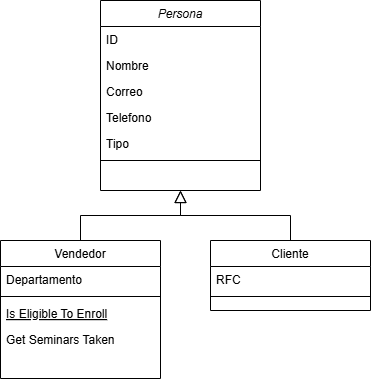
This is CursoInfotec_TiendaDepartamental.drawio.png from rodur79/varios, a draw.io export, as it was before one commit. Source tidied: cells renumbered, new cells last; positions are measured from the earlier drawing's top-left corner, leaving out a move shared by most shapes.
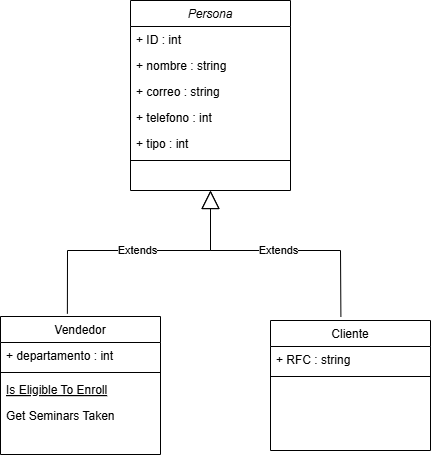
The same diagram one commit later.

What changed in the source:
```diff
@@ -5,28 +5,28 @@
     <mxCell id="2" value="Persona" style="swimlane;fontStyle=2;align=center;verticalAlign=top;horizontal=1;startSize=26;rounded=0;shadow=0;strokeWidth=1;" parent="1" vertex="1">
       <mxGeometry x="100" width="160" height="190" as="geometry" />
     </mxCell>
-    <mxCell id="3" value="ID" style="text;align=left;verticalAlign=top;spacingLeft=4;spacingRight=4;overflow=hidden;" parent="2" vertex="1">
+    <mxCell id="3" value="+ ID : int" style="text;align=left;verticalAlign=top;spacingLeft=4;spacingRight=4;overflow=hidden;" parent="2" vertex="1">
       <mxGeometry y="26" width="160" height="26" as="geometry" />
     </mxCell>
-    <mxCell id="4" value="Nombre" style="text;align=left;verticalAlign=top;spacingLeft=4;spacingRight=4;overflow=hidden;" parent="2" vertex="1">
+    <mxCell id="4" value="+ nombre : string" style="text;align=left;verticalAlign=top;spacingLeft=4;spacingRight=4;overflow=hidden;" parent="2" vertex="1">
       <mxGeometry y="52" width="160" height="26" as="geometry" />
     </mxCell>
-    <mxCell id="5" value="Correo" style="text;align=left;verticalAlign=top;spacingLeft=4;spacingRight=4;overflow=hidden;rounded=0;shadow=0;html=0;" parent="2" vertex="1">
+    <mxCell id="5" value="+ correo : string" style="text;align=left;verticalAlign=top;spacingLeft=4;spacingRight=4;overflow=hidden;rounded=0;shadow=0;html=0;" parent="2" vertex="1">
       <mxGeometry y="78" width="160" height="26" as="geometry" />
     </mxCell>
-    <mxCell id="6" value="Telefono" style="text;align=left;verticalAlign=top;spacingLeft=4;spacingRight=4;overflow=hidden;rounded=0;shadow=0;html=0;" parent="2" vertex="1">
+    <mxCell id="6" value="+ telefono : int" style="text;align=left;verticalAlign=top;spacingLeft=4;spacingRight=4;overflow=hidden;rounded=0;shadow=0;html=0;" parent="2" vertex="1">
       <mxGeometry y="104" width="160" height="26" as="geometry" />
     </mxCell>
-    <mxCell id="7" value="Tipo" style="text;align=left;verticalAlign=top;spacingLeft=4;spacingRight=4;overflow=hidden;rounded=0;shadow=0;html=0;" parent="2" vertex="1">
+    <mxCell id="7" value="+ tipo : int" style="text;align=left;verticalAlign=top;spacingLeft=4;spacingRight=4;overflow=hidden;rounded=0;shadow=0;html=0;" parent="2" vertex="1">
       <mxGeometry y="130" width="160" height="26" as="geometry" />
     </mxCell>
     <mxCell id="8" style="line;html=1;strokeWidth=1;align=left;verticalAlign=middle;spacingTop=-1;spacingLeft=3;spacingRight=3;labelPosition=right;" parent="2" vertex="1">
       <mxGeometry y="156" width="160" height="8" as="geometry" />
     </mxCell>
     <mxCell id="9" value="Vendedor" style="swimlane;fontStyle=0;align=center;verticalAlign=top;horizontal=1;startSize=26;rounded=0;shadow=0;strokeWidth=1;" parent="1" vertex="1">
-      <mxGeometry y="240" width="160" height="138" as="geometry" />
+      <mxGeometry x="-30" y="316" width="160" height="138" as="geometry" />
     </mxCell>
-    <mxCell id="10" value="Departamento" style="text;align=left;verticalAlign=top;spacingLeft=4;spacingRight=4;overflow=hidden;" parent="9" vertex="1">
+    <mxCell id="10" value="+ departamento : int" style="text;align=left;verticalAlign=top;spacingLeft=4;spacingRight=4;overflow=hidden;" parent="9" vertex="1">
       <mxGeometry y="26" width="160" height="26" as="geometry" />
     </mxCell>
     <mxCell id="11" style="line;html=1;strokeWidth=1;align=left;verticalAlign=middle;spacingTop=-1;spacingLeft=3;spacingRight=3;labelPosition=right;" parent="9" vertex="1">
@@ -38,20 +38,30 @@
     <mxCell id="13" value="Get Seminars Taken" style="text;align=left;verticalAlign=top;spacingLeft=4;spacingRight=4;overflow=hidden;" parent="9" vertex="1">
       <mxGeometry y="86" width="160" height="26" as="geometry" />
     </mxCell>
-    <mxCell id="14" style="endArrow=block;endSize=10;endFill=0;shadow=0;strokeWidth=1;rounded=0;curved=0;edgeStyle=elbowEdgeStyle;elbow=vertical;" parent="1" edge="1" source="9" target="2">
-      <mxGeometry relative="1" as="geometry" />
-    </mxCell>
     <mxCell id="15" value="Cliente" style="swimlane;fontStyle=0;align=center;verticalAlign=top;horizontal=1;startSize=26;rounded=0;shadow=0;strokeWidth=1;" parent="1" vertex="1">
-      <mxGeometry x="210" y="240" width="160" height="70" as="geometry" />
+      <mxGeometry x="240" y="320" width="160" height="130" as="geometry" />
     </mxCell>
-    <mxCell id="16" value="RFC" style="text;align=left;verticalAlign=top;spacingLeft=4;spacingRight=4;overflow=hidden;" parent="15" vertex="1">
+    <mxCell id="16" value="+ RFC : string" style="text;align=left;verticalAlign=top;spacingLeft=4;spacingRight=4;overflow=hidden;" parent="15" vertex="1">
       <mxGeometry y="26" width="160" height="26" as="geometry" />
     </mxCell>
     <mxCell id="17" style="line;html=1;strokeWidth=1;align=left;verticalAlign=middle;spacingTop=-1;spacingLeft=3;spacingRight=3;labelPosition=right;" parent="15" vertex="1">
       <mxGeometry y="52" width="160" height="8" as="geometry" />
     </mxCell>
-    <mxCell id="18" style="endArrow=block;endSize=10;endFill=0;shadow=0;strokeWidth=1;rounded=0;curved=0;edgeStyle=elbowEdgeStyle;elbow=vertical;" parent="1" edge="1" source="15" target="2">
-      <mxGeometry relative="1" as="geometry" />
+    <mxCell id="18" value="Extends" style="endArrow=block;endSize=16;endFill=0;html=1;rounded=0;exitX=0.44;exitY=-0.029;exitDx=0;exitDy=0;exitPerimeter=0;entryX=0.5;entryY=1;entryDx=0;entryDy=0;" parent="1" edge="1" source="15" target="2">
+      <mxGeometry relative="1" as="geometry">
+        <Array as="points">
+          <mxPoint x="310" y="250" />
+          <mxPoint x="180" y="250" />
+        </Array>
+      </mxGeometry>
     </mxCell>
+    <mxCell id="14" value="Extends" style="endArrow=block;endSize=16;endFill=0;html=1;rounded=0;exitX=0.418;exitY=-0.02;exitDx=0;exitDy=0;exitPerimeter=0;entryX=0.5;entryY=1;entryDx=0;entryDy=0;" parent="1" edge="1" source="9" target="2">
+      <mxGeometry relative="1" as="geometry">
+        <Array as="points">
+          <mxPoint x="37" y="250" />
+          <mxPoint x="180" y="250" />
+        </Array>
+      </mxGeometry>
+    </mxCell>
   </root>
 </mxGraphModel>
```
